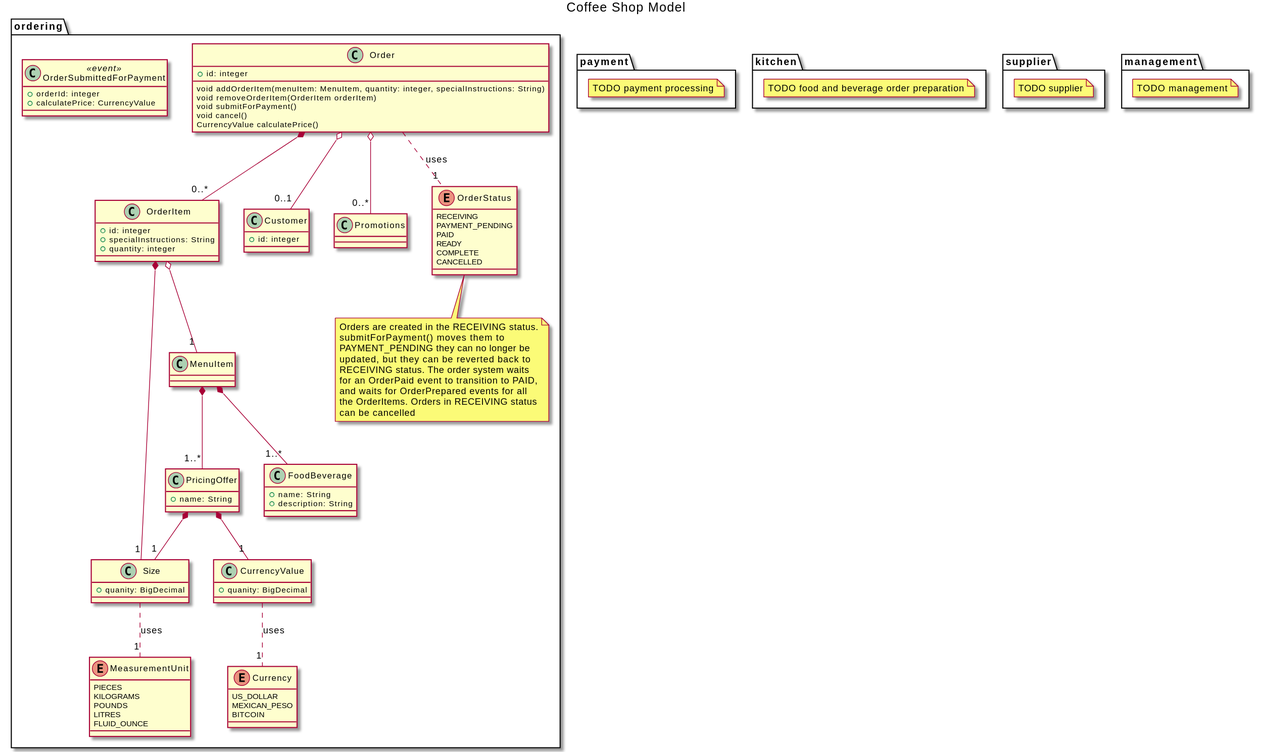
This is out/model/Coffee Shop Model.svg from GregT-Magenic/cofee-shop, a PlantUML export, as it was before one commit. Source of this version:
```plantuml
@startuml

title Coffee Shop Model

namespace ordering {

  class Order {
    +id: integer
    void addOrderItem(menuItem: MenuItem, quantity: integer, specialInstructions: String)
    void removeOrderItem(OrderItem orderItem)
    void submitForPayment()
    void cancel()
    CurrencyValue calculatePrice()
  }
  Order *-- "0..*" OrderItem
  Order o-- "0..1" Customer
  Order o-- "0..*" Promotions
  Order .. "1" OrderStatus: uses

  class OrderSubmittedForPayment <<event>> {
    +orderId: integer
    +calculatePrice: CurrencyValue
  }

  enum OrderStatus {
    RECEIVING
    PAYMENT_PENDING
    PAID
    READY
    COMPLETE
    CANCELLED
  }
  note "Orders are created in the RECEIVING status.\nsubmitForPayment() moves them to\nPAYMENT_PENDING they can no longer be\nupdated, but they can be reverted back to\nRECEIVING status. The order system waits\nfor an OrderPaid event to transition to PAID,\nand waits for OrderPrepared events for all\nthe OrderItems. Orders in RECEIVING status\ncan be cancelled" as n1
  OrderStatus .. n1

  class Customer {
    +id: integer
  }

  class OrderItem {
    +id: integer
    +specialInstructions: String
    +quantity: integer
  }
  OrderItem o-- "1" MenuItem
  OrderItem *-- "1" Size

  MenuItem *-- "1..*" FoodBeverage
  MenuItem *-- "1..*" PricingOffer

    class FoodBeverage {
    +name: String
    +description: String
  }

  class PricingOffer {
    +name: String
  }
  PricingOffer *-- "1" Size
  PricingOffer *-- "1" CurrencyValue

  class Size {
    +quanity: BigDecimal
  }
  Size .. "1" MeasurementUnit: uses

  enum MeasurementUnit {
    PIECES
    KILOGRAMS
    POUNDS
    LITRES
    FLUID_OUNCE
  }

  class CurrencyValue {
    +quanity: BigDecimal
  }
  CurrencyValue .. "1" Currency: uses

  enum Currency {
    US_DOLLAR
    MEXICAN_PESO
    BITCOIN
  }

}

namespace payment {

  note "TODO payment processing" as n1

}

namespace kitchen {

  note "TODO food and beverage order preparation" as n1

}

namespace supplier {

  note "TODO supplier" as n1

}

namespace management {

  note "TODO management" as n1

}

@enduml
```
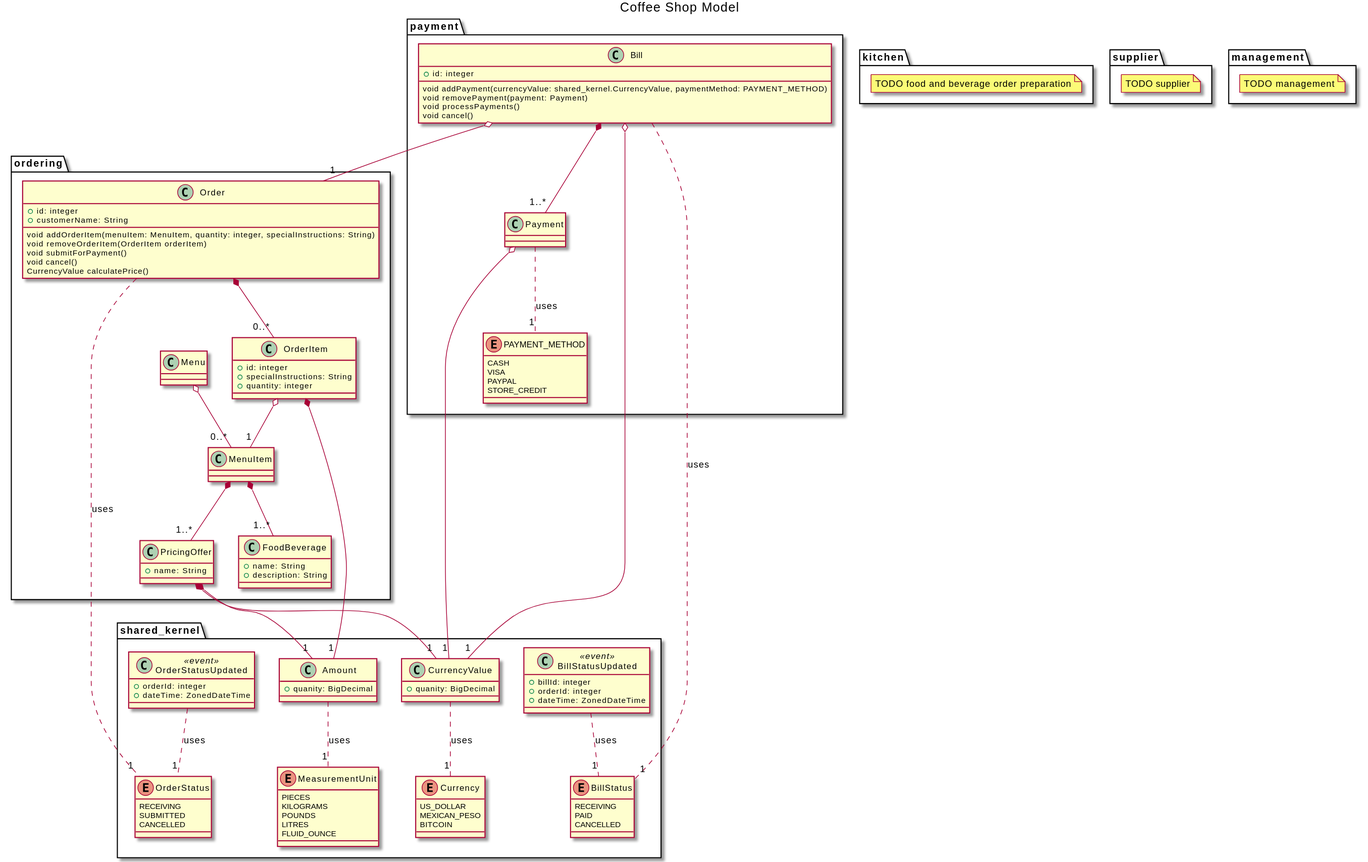
The same diagram one commit later.

Diff of the diagram source:
```diff
@@ -2,67 +2,12 @@
 
 title Coffee Shop Model
 
-namespace ordering {
+namespace shared_kernel {
 
-  class Order {
-    +id: integer
-    void addOrderItem(menuItem: MenuItem, quantity: integer, specialInstructions: String)
-    void removeOrderItem(OrderItem orderItem)
-    void submitForPayment()
-    void cancel()
-    CurrencyValue calculatePrice()
-  }
-  Order *-- "0..*" OrderItem
-  Order o-- "0..1" Customer
-  Order o-- "0..*" Promotions
-  Order .. "1" OrderStatus: uses
-
-  class OrderSubmittedForPayment <<event>> {
-    +orderId: integer
-    +calculatePrice: CurrencyValue
-  }
-
-  enum OrderStatus {
-    RECEIVING
-    PAYMENT_PENDING
-    PAID
-    READY
-    COMPLETE
-    CANCELLED
-  }
-  note "Orders are created in the RECEIVING status.\nsubmitForPayment() moves them to\nPAYMENT_PENDING they can no longer be\nupdated, but they can be reverted back to\nRECEIVING status. The order system waits\nfor an OrderPaid event to transition to PAID,\nand waits for OrderPrepared events for all\nthe OrderItems. Orders in RECEIVING status\ncan be cancelled" as n1
-  OrderStatus .. n1
-
-  class Customer {
-    +id: integer
-  }
-
-  class OrderItem {
-    +id: integer
-    +specialInstructions: String
-    +quantity: integer
-  }
-  OrderItem o-- "1" MenuItem
-  OrderItem *-- "1" Size
-
-  MenuItem *-- "1..*" FoodBeverage
-  MenuItem *-- "1..*" PricingOffer
-
-    class FoodBeverage {
-    +name: String
-    +description: String
-  }
-
-  class PricingOffer {
-    +name: String
-  }
-  PricingOffer *-- "1" Size
-  PricingOffer *-- "1" CurrencyValue
-
-  class Size {
+  class Amount {
     +quanity: BigDecimal
   }
-  Size .. "1" MeasurementUnit: uses
+  Amount .. "1" MeasurementUnit: uses
 
   enum MeasurementUnit {
     PIECES
@@ -83,11 +28,99 @@
     BITCOIN
   }
 
+  class OrderStatusUpdated <<event>> {
+    +orderId: integer
+    +dateTime: ZonedDateTime
+  }
+  OrderStatusUpdated .. "1" OrderStatus: uses
+
+  enum OrderStatus {
+    RECEIVING
+    SUBMITTED
+    CANCELLED
+  }
+
+  class BillStatusUpdated <<event>> {
+    +billId: integer
+    +orderId: integer
+    +dateTime: ZonedDateTime
+  }
+  BillStatusUpdated .. "1" BillStatus: uses
+
+  enum BillStatus {
+    RECEIVING
+    PAID
+    CANCELLED
+  }
+
+}
+
+namespace ordering {
+
+  class Menu {}
+  Menu o-- "0..*" MenuItem
+
+  class Order {
+    +id: integer
+    +customerName: String
+    void addOrderItem(menuItem: MenuItem, quantity: integer, specialInstructions: String)
+    void removeOrderItem(OrderItem orderItem)
+    void submitForPayment()
+    void cancel()
+    CurrencyValue calculatePrice()
+  }
+  Order *-- "0..*" OrderItem
+  Order .. "1" shared_kernel.OrderStatus: uses
+
+  class OrderItem {
+    +id: integer
+    +specialInstructions: String
+    +quantity: integer
+  }
+  OrderItem o-- "1" MenuItem
+  OrderItem *-- "1" shared_kernel.Amount
+
+  MenuItem *-- "1..*" FoodBeverage
+  MenuItem *-- "1..*" PricingOffer
+
+    class FoodBeverage {
+    +name: String
+    +description: String
+  }
+
+  class PricingOffer {
+    +name: String
+  }
+  PricingOffer *-- "1" shared_kernel.Amount
+  PricingOffer *-- "1" shared_kernel.CurrencyValue
+
 }
 
 namespace payment {
 
-  note "TODO payment processing" as n1
+  class Bill {
+    +id: integer
+    void addPayment(currencyValue: shared_kernel.CurrencyValue, paymentMethod: PAYMENT_METHOD)
+    void removePayment(payment: Payment)
+    void processPayments()
+    void cancel()
+  }
+  Bill o-- "1" ordering.Order
+  Bill o-- "1" shared_kernel.CurrencyValue
+  Bill *-- "1..*" Payment
+  Bill .. "1" shared_kernel.BillStatus: uses
+
+  class Payment {
+  }
+  Payment o-- "1" shared_kernel.CurrencyValue
+  Payment .. "1" PAYMENT_METHOD: uses
+
+  enum PAYMENT_METHOD {
+    CASH
+    VISA
+    PAYPAL
+    STORE_CREDIT
+  }
 
 }
 
```
